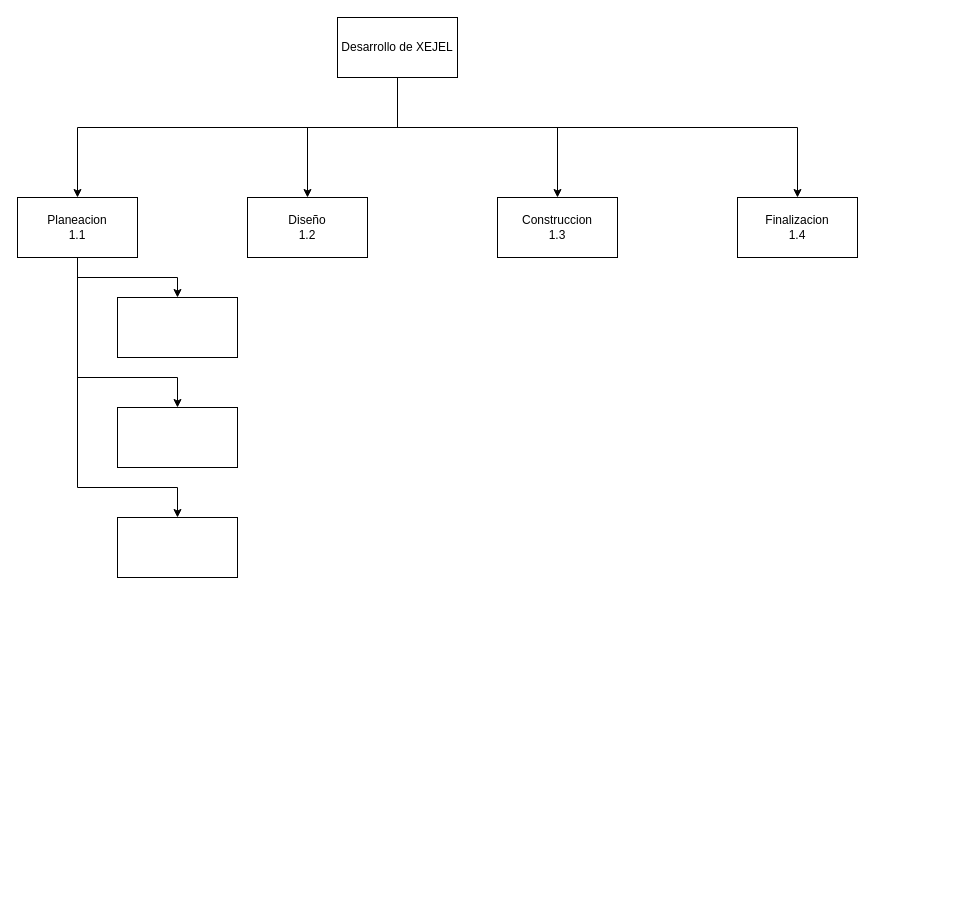
DJ190502/DrawIO keeps this draw.io diagram as Diccionario EDT.drawio. Above is the earlier version. Source tidied: cells renumbered, new cells numbered last; positions are measured from the earlier drawing's top-left corner, leaving out a move shared by most shapes. Both pictures are drawn from the tidied source at 100%, with x=0, y=0 at pixel (17, 17).
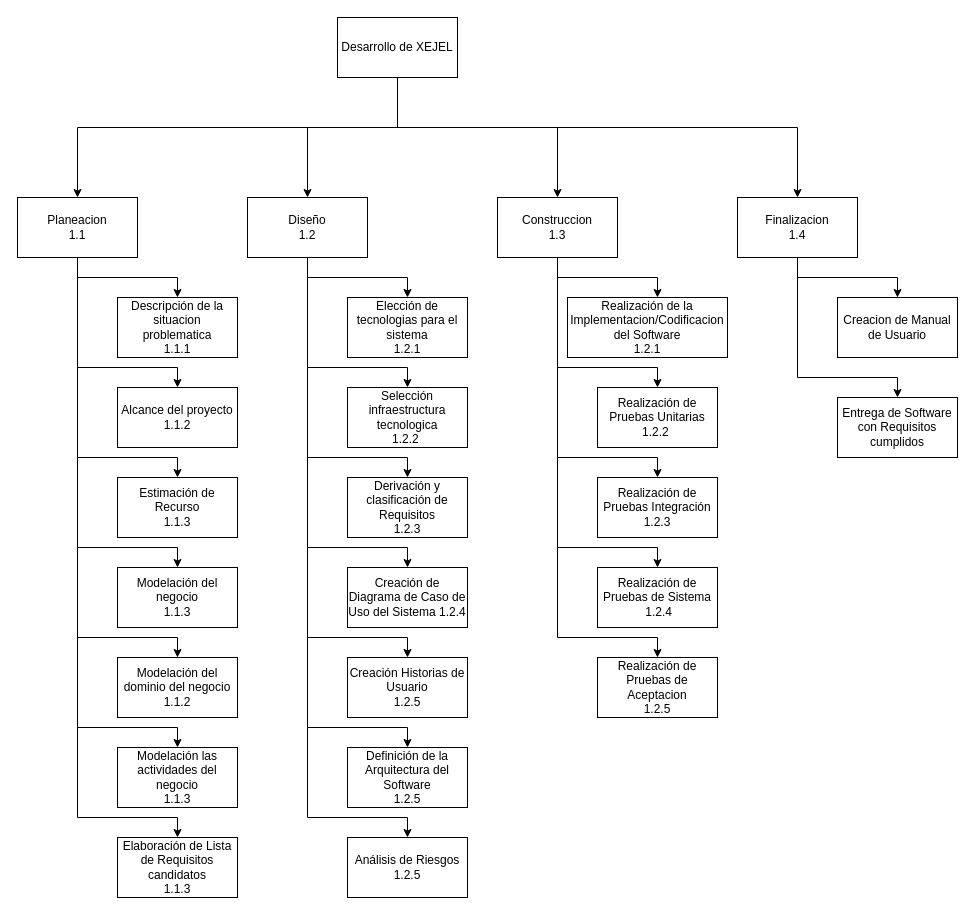
The same page after the edit.

The change refers to these unchanged cells:
```xml
<mxCell id="10" value="Planeacion&lt;div&gt;1.1&lt;/div&gt;" style="rounded=0;whiteSpace=wrap;html=1;" parent="1" vertex="1">
  <mxGeometry y="180" width="120" height="60" as="geometry" />
</mxCell>
<mxCell id="13" value="Finalizacion&lt;div&gt;1.4&lt;/div&gt;" style="whiteSpace=wrap;html=1;rounded=0;" parent="1" vertex="1">
  <mxGeometry x="720" y="180" width="120" height="60" as="geometry" />
</mxCell>
```

Diff of the diagram source:
```diff
@@
-    <mxCell id="7" style="edgeStyle=orthogonalEdgeStyle;rounded=0;jettySize=auto;html=1;" parent="1" edge="1" source="10" target="14">
+    <mxCell id="7" style="edgeStyle=orthogonalEdgeStyle;rounded=0;jettySize=auto;html=1;strokeColor=#000000;" parent="1" edge="1" source="10" target="14">
       <mxGeometry relative="1" as="geometry">
         <Array as="points">
           <mxPoint x="60" y="260" />
           <mxPoint x="160" y="260" />
         </Array>
       </mxGeometry>
     </mxCell>
-    <mxCell id="8" style="edgeStyle=orthogonalEdgeStyle;rounded=0;jettySize=auto;html=1;" parent="1" edge="1" source="10" target="15">
+    <mxCell id="8" style="edgeStyle=orthogonalEdgeStyle;rounded=0;jettySize=auto;html=1;strokeColor=#000000;" parent="1" edge="1" source="10" target="15">
       <mxGeometry relative="1" as="geometry">
         <Array as="points">
-          <mxPoint x="60" y="360" />
-          <mxPoint x="160" y="360" />
+          <mxPoint x="60" y="350" />
+          <mxPoint x="160" y="350" />
         </Array>
       </mxGeometry>
     </mxCell>
-    <mxCell id="9" style="edgeStyle=orthogonalEdgeStyle;rounded=0;jettySize=auto;html=1;" parent="1" edge="1" source="10" target="16">
+    <mxCell id="9" style="edgeStyle=orthogonalEdgeStyle;rounded=0;jettySize=auto;html=1;strokeColor=#000000;" parent="1" edge="1" source="10" target="16">
       <mxGeometry relative="1" as="geometry">
         <Array as="points">
-          <mxPoint x="60" y="470" />
-          <mxPoint x="160" y="470" />
+          <mxPoint x="60" y="440" />
+          <mxPoint x="160" y="440" />
         </Array>
       </mxGeometry>
     </mxCell>
+    <mxCell id="17" style="edgeStyle=orthogonalEdgeStyle;rounded=0;jettySize=auto;html=1;entryX=0.5;entryY=0;entryDx=0;entryDy=0;strokeColor=#000000;" parent="1" edge="1" target="20">
+      <mxGeometry relative="1" as="geometry">
+        <mxPoint x="60" y="370" as="sourcePoint" />
+        <Array as="points">
+          <mxPoint x="60" y="530" />
+          <mxPoint x="160" y="530" />
+        </Array>
+      </mxGeometry>
+    </mxCell>
@@
+    <mxCell id="18" style="edgeStyle=orthogonalEdgeStyle;rounded=0;jettySize=auto;html=1;" parent="1" edge="1" source="13" target="51">
+      <mxGeometry relative="1" as="geometry" />
+    </mxCell>
+    <mxCell id="19" style="edgeStyle=orthogonalEdgeStyle;rounded=0;jettySize=auto;html=1;" parent="1" edge="1" source="13" target="52">
+      <mxGeometry relative="1" as="geometry">
+        <Array as="points">
+          <mxPoint x="780" y="360" />
+          <mxPoint x="880" y="360" />
+        </Array>
+      </mxGeometry>
+    </mxCell>
@@
-    <mxCell id="14" style="whiteSpace=wrap;html=1;rounded=0;" parent="1" vertex="1">
+    <mxCell id="14" value="Descripción de la situacion problematica&lt;div&gt;1.1.1&lt;/div&gt;" style="whiteSpace=wrap;html=1;rounded=0;" parent="1" vertex="1">
       <mxGeometry x="100" y="280" width="120" height="60" as="geometry" />
     </mxCell>
-    <mxCell id="15" style="whiteSpace=wrap;html=1;rounded=0;" parent="1" vertex="1">
-      <mxGeometry x="100" y="390" width="120" height="60" as="geometry" />
+    <mxCell id="15" value="Alcance del proyecto 1.1.2" style="whiteSpace=wrap;html=1;rounded=0;" parent="1" vertex="1">
+      <mxGeometry x="100" y="370" width="120" height="60" as="geometry" />
     </mxCell>
-    <mxCell id="16" style="whiteSpace=wrap;html=1;rounded=0;" parent="1" vertex="1">
-      <mxGeometry x="100" y="500" width="120" height="60" as="geometry" />
+    <mxCell id="16" value="Estimación de Recurso&lt;div&gt;1.1.3&lt;/div&gt;" style="whiteSpace=wrap;html=1;rounded=0;" parent="1" vertex="1">
+      <mxGeometry x="100" y="460" width="120" height="60" as="geometry" />
     </mxCell>
+    <mxCell id="20" value="Modelación del negocio&lt;div&gt;1.1.3&lt;/div&gt;" style="whiteSpace=wrap;html=1;rounded=0;" parent="1" vertex="1">
+      <mxGeometry x="100" y="550" width="120" height="60" as="geometry" />
+    </mxCell>
+    <mxCell id="21" style="edgeStyle=orthogonalEdgeStyle;rounded=0;jettySize=auto;html=1;" parent="1" edge="1" target="25">
+      <mxGeometry relative="1" as="geometry">
+        <mxPoint x="290" y="240" as="sourcePoint" />
+        <Array as="points">
+          <mxPoint x="290" y="260" />
+          <mxPoint x="390" y="260" />
+        </Array>
+      </mxGeometry>
+    </mxCell>
+    <mxCell id="22" style="edgeStyle=orthogonalEdgeStyle;rounded=0;jettySize=auto;html=1;" parent="1" edge="1" target="26">
+      <mxGeometry relative="1" as="geometry">
+        <mxPoint x="290" y="240" as="sourcePoint" />
+        <Array as="points">
+          <mxPoint x="290" y="350" />
+          <mxPoint x="390" y="350" />
+        </Array>
+      </mxGeometry>
+    </mxCell>
+    <mxCell id="23" style="edgeStyle=orthogonalEdgeStyle;rounded=0;jettySize=auto;html=1;" parent="1" edge="1" target="27">
+      <mxGeometry relative="1" as="geometry">
+        <mxPoint x="290" y="240" as="sourcePoint" />
+        <Array as="points">
+          <mxPoint x="290" y="440" />
+          <mxPoint x="390" y="440" />
+        </Array>
+      </mxGeometry>
+    </mxCell>
+    <mxCell id="24" style="edgeStyle=orthogonalEdgeStyle;rounded=0;jettySize=auto;html=1;entryX=0.5;entryY=0;entryDx=0;entryDy=0;" parent="1" edge="1" target="28">
+      <mxGeometry relative="1" as="geometry">
+        <mxPoint x="290" y="370" as="sourcePoint" />
+        <Array as="points">
+          <mxPoint x="290" y="530" />
+          <mxPoint x="390" y="530" />
+        </Array>
+      </mxGeometry>
+    </mxCell>
+    <mxCell id="25" value="Elección de tecnologias para el sistema&lt;div&gt;1.2.1&lt;/div&gt;" style="whiteSpace=wrap;html=1;rounded=0;" parent="1" vertex="1">
+      <mxGeometry x="330" y="280" width="120" height="60" as="geometry" />
+    </mxCell>
+    <mxCell id="26" value="Selección infraestructura tecnologica&lt;div&gt;1.2.2&amp;nbsp;&lt;/div&gt;" style="whiteSpace=wrap;html=1;rounded=0;" parent="1" vertex="1">
+      <mxGeometry x="330" y="370" width="120" height="60" as="geometry" />
+    </mxCell>
+    <mxCell id="27" value="Derivación y clasificación de Requisitos&lt;div&gt;1.2.3&lt;/div&gt;" style="whiteSpace=wrap;html=1;rounded=0;" parent="1" vertex="1">
+      <mxGeometry x="330" y="460" width="120" height="60" as="geometry" />
+    </mxCell>
+    <mxCell id="28" value="Creación de Diagrama de Caso de Uso del Sistema 1.2.4" style="whiteSpace=wrap;html=1;rounded=0;" parent="1" vertex="1">
+      <mxGeometry x="330" y="550" width="120" height="60" as="geometry" />
+    </mxCell>
+    <mxCell id="29" style="edgeStyle=orthogonalEdgeStyle;rounded=0;jettySize=auto;html=1;entryX=0.5;entryY=0;entryDx=0;entryDy=0;" parent="1" edge="1" target="30">
+      <mxGeometry relative="1" as="geometry">
+        <mxPoint x="290" y="460" as="sourcePoint" />
+        <Array as="points">
+          <mxPoint x="290" y="620" />
+          <mxPoint x="390" y="620" />
+        </Array>
+      </mxGeometry>
+    </mxCell>
+    <mxCell id="30" value="Creación Historias de Usuario&lt;div&gt;1.2.5&lt;/div&gt;" style="whiteSpace=wrap;html=1;rounded=0;" parent="1" vertex="1">
+      <mxGeometry x="330" y="640" width="120" height="60" as="geometry" />
+    </mxCell>
+    <mxCell id="31" style="edgeStyle=orthogonalEdgeStyle;rounded=0;jettySize=auto;html=1;entryX=0.5;entryY=0;entryDx=0;entryDy=0;strokeColor=#000000;" parent="1" edge="1" target="32">
+      <mxGeometry relative="1" as="geometry">
+        <mxPoint x="60" y="460" as="sourcePoint" />
+        <Array as="points">
+          <mxPoint x="60" y="620" />
+          <mxPoint x="160" y="620" />
+        </Array>
+      </mxGeometry>
+    </mxCell>
+    <mxCell id="32" value="Modelación del dominio del negocio 1.1.2" style="whiteSpace=wrap;html=1;rounded=0;" parent="1" vertex="1">
+      <mxGeometry x="100" y="640" width="120" height="60" as="geometry" />
+    </mxCell>
+    <mxCell id="33" style="edgeStyle=orthogonalEdgeStyle;rounded=0;jettySize=auto;html=1;entryX=0.5;entryY=0;entryDx=0;entryDy=0;strokeColor=#000000;" parent="1" edge="1" target="34">
+      <mxGeometry relative="1" as="geometry">
+        <mxPoint x="60" y="550" as="sourcePoint" />
+        <Array as="points">
+          <mxPoint x="60" y="710" />
+          <mxPoint x="160" y="710" />
+        </Array>
+      </mxGeometry>
+    </mxCell>
+    <mxCell id="34" value="Modelación las actividades del negocio&lt;div&gt;1.1.3&lt;/div&gt;" style="whiteSpace=wrap;html=1;rounded=0;" parent="1" vertex="1">
+      <mxGeometry x="100" y="730" width="120" height="60" as="geometry" />
+    </mxCell>
+    <mxCell id="35" style="edgeStyle=orthogonalEdgeStyle;rounded=0;jettySize=auto;html=1;entryX=0.5;entryY=0;entryDx=0;entryDy=0;strokeColor=#000000;" parent="1" edge="1" target="36">
+      <mxGeometry relative="1" as="geometry">
+        <mxPoint x="60" y="640" as="sourcePoint" />
+        <Array as="points">
+          <mxPoint x="60" y="800" />
+          <mxPoint x="160" y="800" />
+        </Array>
+      </mxGeometry>
+    </mxCell>
+    <mxCell id="36" value="Elaboración de Lista de Requisitos candidatos&lt;div&gt;1.1.3&lt;/div&gt;" style="whiteSpace=wrap;html=1;rounded=0;" parent="1" vertex="1">
+      <mxGeometry x="100" y="820" width="120" height="60" as="geometry" />
+    </mxCell>
+    <mxCell id="37" style="edgeStyle=orthogonalEdgeStyle;rounded=0;jettySize=auto;html=1;entryX=0.5;entryY=0;entryDx=0;entryDy=0;" parent="1" edge="1" target="38">
+      <mxGeometry relative="1" as="geometry">
+        <mxPoint x="290" y="550" as="sourcePoint" />
+        <Array as="points">
+          <mxPoint x="290" y="710" />
+          <mxPoint x="390" y="710" />
+        </Array>
+      </mxGeometry>
+    </mxCell>
+    <mxCell id="38" value="Definición de la Arquitectura del Software&lt;div&gt;1.2.5&lt;/div&gt;" style="whiteSpace=wrap;html=1;rounded=0;" parent="1" vertex="1">
+      <mxGeometry x="330" y="730" width="120" height="60" as="geometry" />
+    </mxCell>
+    <mxCell id="39" style="edgeStyle=orthogonalEdgeStyle;rounded=0;jettySize=auto;html=1;entryX=0.5;entryY=0;entryDx=0;entryDy=0;" parent="1" edge="1" target="40">
+      <mxGeometry relative="1" as="geometry">
+        <mxPoint x="290" y="640" as="sourcePoint" />
+        <Array as="points">
+          <mxPoint x="290" y="800" />
+          <mxPoint x="390" y="800" />
+        </Array>
+      </mxGeometry>
+    </mxCell>
+    <mxCell id="40" value="Análisis de Riesgos&lt;div&gt;1.2.5&lt;/div&gt;" style="whiteSpace=wrap;html=1;rounded=0;" parent="1" vertex="1">
+      <mxGeometry x="330" y="820" width="120" height="60" as="geometry" />
+    </mxCell>
+    <mxCell id="41" style="edgeStyle=orthogonalEdgeStyle;rounded=0;jettySize=auto;html=1;" parent="1" edge="1" target="45">
+      <mxGeometry relative="1" as="geometry">
+        <mxPoint x="540" y="240" as="sourcePoint" />
+        <Array as="points">
+          <mxPoint x="540" y="260" />
+          <mxPoint x="640" y="260" />
+        </Array>
+      </mxGeometry>
+    </mxCell>
+    <mxCell id="42" style="edgeStyle=orthogonalEdgeStyle;rounded=0;jettySize=auto;html=1;" parent="1" edge="1" target="46">
+      <mxGeometry relative="1" as="geometry">
+        <mxPoint x="540" y="240" as="sourcePoint" />
+        <Array as="points">
+          <mxPoint x="540" y="350" />
+          <mxPoint x="640" y="350" />
+        </Array>
+      </mxGeometry>
+    </mxCell>
+    <mxCell id="43" style="edgeStyle=orthogonalEdgeStyle;rounded=0;jettySize=auto;html=1;" parent="1" edge="1" target="47">
+      <mxGeometry relative="1" as="geometry">
+        <mxPoint x="540" y="240" as="sourcePoint" />
+        <Array as="points">
+          <mxPoint x="540" y="440" />
+          <mxPoint x="640" y="440" />
+        </Array>
+      </mxGeometry>
+    </mxCell>
+    <mxCell id="44" style="edgeStyle=orthogonalEdgeStyle;rounded=0;jettySize=auto;html=1;entryX=0.5;entryY=0;entryDx=0;entryDy=0;" parent="1" edge="1" target="48">
+      <mxGeometry relative="1" as="geometry">
+        <mxPoint x="540" y="370" as="sourcePoint" />
+        <Array as="points">
+          <mxPoint x="540" y="530" />
+          <mxPoint x="640" y="530" />
+        </Array>
+      </mxGeometry>
+    </mxCell>
+    <mxCell id="45" value="Realización de la Implementacion/Codificacion del Software&lt;div&gt;1.2.1&lt;/div&gt;" style="whiteSpace=wrap;html=1;rounded=0;" parent="1" vertex="1">
+      <mxGeometry x="550" y="280" width="160" height="60" as="geometry" />
+    </mxCell>
+    <mxCell id="46" value="&lt;div&gt;Realización de Pruebas Unitarias&lt;/div&gt;&lt;div&gt;1.2.2&amp;nbsp;&lt;/div&gt;" style="whiteSpace=wrap;html=1;rounded=0;" parent="1" vertex="1">
+      <mxGeometry x="580" y="370" width="120" height="60" as="geometry" />
+    </mxCell>
+    <mxCell id="47" value="&lt;div&gt;Realización de Pruebas Integración&lt;/div&gt;&lt;div&gt;1.2.3&lt;/div&gt;" style="whiteSpace=wrap;html=1;rounded=0;" parent="1" vertex="1">
+      <mxGeometry x="580" y="460" width="120" height="60" as="geometry" />
+    </mxCell>
+    <mxCell id="48" value="&lt;div&gt;Realización de Pruebas de Sistema&lt;/div&gt;&amp;nbsp;1.2.4" style="whiteSpace=wrap;html=1;rounded=0;" parent="1" vertex="1">
+      <mxGeometry x="580" y="550" width="120" height="60" as="geometry" />
+    </mxCell>
+    <mxCell id="49" style="edgeStyle=orthogonalEdgeStyle;rounded=0;jettySize=auto;html=1;entryX=0.5;entryY=0;entryDx=0;entryDy=0;" parent="1" edge="1" target="50">
+      <mxGeometry relative="1" as="geometry">
+        <mxPoint x="540" y="460" as="sourcePoint" />
+        <Array as="points">
+          <mxPoint x="540" y="620" />
+          <mxPoint x="640" y="620" />
+        </Array>
+      </mxGeometry>
+    </mxCell>
+    <mxCell id="50" value="&lt;div&gt;Realización de Pruebas de Aceptacion&lt;/div&gt;&lt;div&gt;1.2.5&lt;/div&gt;" style="whiteSpace=wrap;html=1;rounded=0;" parent="1" vertex="1">
+      <mxGeometry x="580" y="640" width="120" height="60" as="geometry" />
+    </mxCell>
+    <mxCell id="51" value="Creacion de Manual de Usuario" style="whiteSpace=wrap;html=1;rounded=0;" parent="1" vertex="1">
+      <mxGeometry x="820" y="280" width="120" height="60" as="geometry" />
+    </mxCell>
+    <mxCell id="52" value="Entrega de Software con Requisitos cumplidos" style="whiteSpace=wrap;html=1;rounded=0;" parent="1" vertex="1">
+      <mxGeometry x="820" y="380" width="120" height="60" as="geometry" />
+    </mxCell>
```
